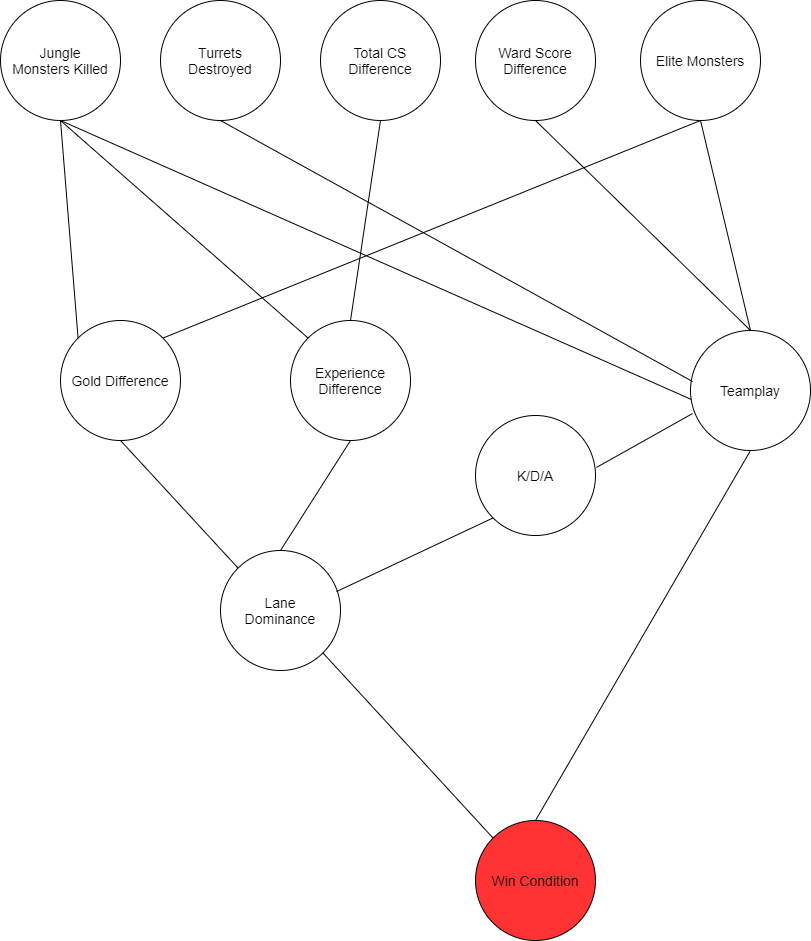
Above: league_bayesian.png in terryhn1/league_pred (draw.io), before the change. Source tidied: cells renumbered, new cells last; positions are measured from the earlier drawing's top-left corner, leaving out a move shared by most shapes.
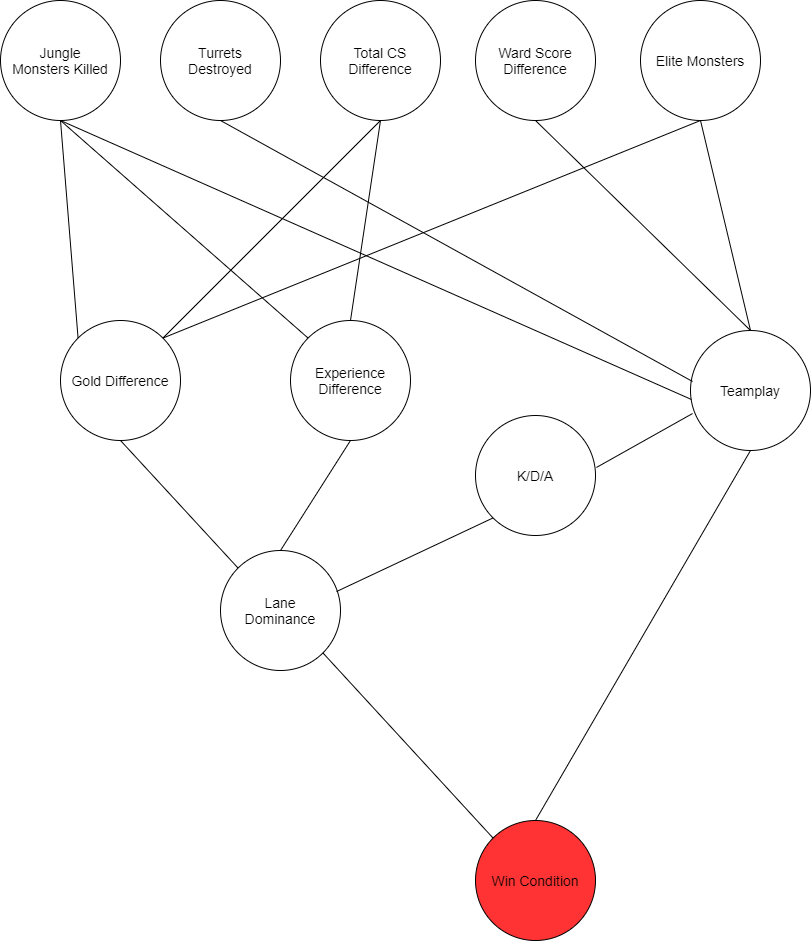
Later version of the same file.

What changed in the source:
```diff
@@ -110,5 +110,8 @@
     <mxCell id="37" style="endArrow=none;html=1;entryX=0;entryY=1;entryDx=0;entryDy=0;exitX=0.967;exitY=0.342;exitDx=0;exitDy=0;exitPerimeter=0;" parent="1" edge="1" source="16" target="31">
       <mxGeometry relative="1" as="geometry" />
     </mxCell>
+    <mxCell id="38" style="endArrow=none;html=1;entryX=0.5;entryY=1;entryDx=0;entryDy=0;exitX=1;exitY=0;exitDx=0;exitDy=0;" parent="1" edge="1" source="10" target="6">
+      <mxGeometry relative="1" as="geometry" />
+    </mxCell>
   </root>
 </mxGraphModel>
```
